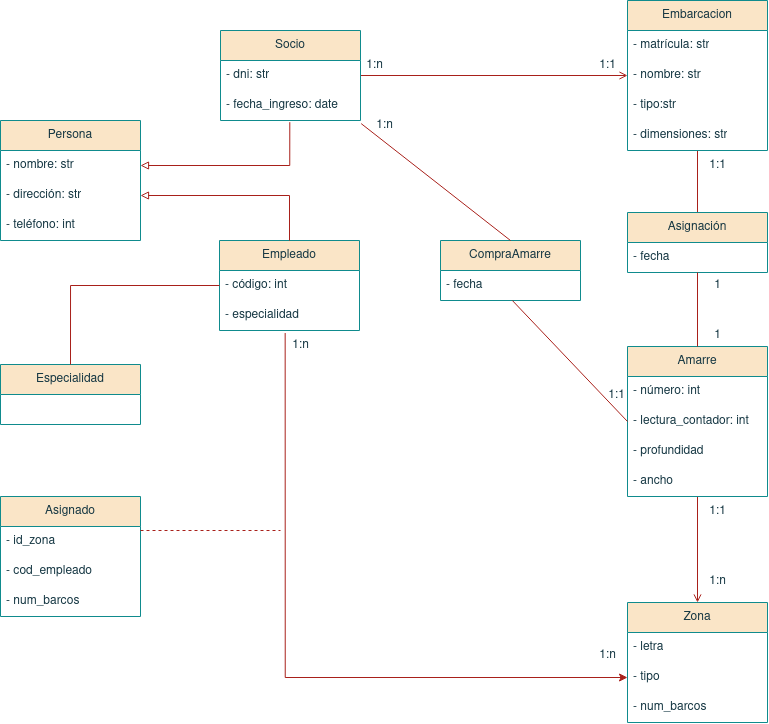
colidom/ets keeps this draw.io diagram as Tema 5. Diagramas de clase/ClubNautico.drawio.png. Above is the earlier version. Source tidied: cells renumbered, new cells last; positions are measured from the earlier drawing's top-left corner, leaving out a move shared by most shapes.
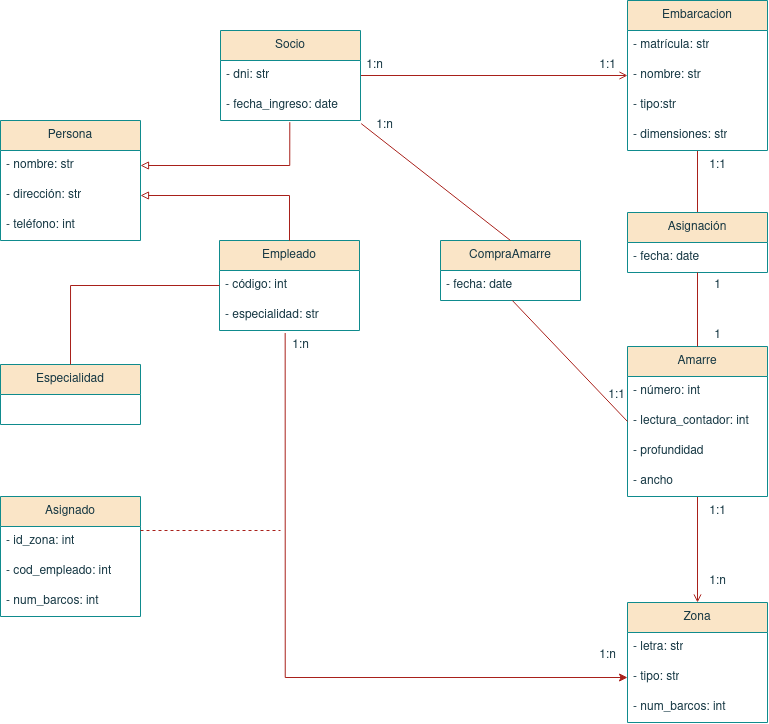
The same diagram one commit later.

Change to the diagram source:
```diff
@@ -32,7 +32,7 @@
     <mxCell id="11" value="- código: int" style="text;strokeColor=none;fillColor=none;align=left;verticalAlign=middle;spacingLeft=4;spacingRight=4;overflow=hidden;points=[[0,0.5],[1,0.5]];portConstraint=eastwest;whiteSpace=wrap;html=1;fontColor=#143642;" parent="10" vertex="1">
       <mxGeometry y="30" width="140" height="30" as="geometry" />
     </mxCell>
-    <mxCell id="12" value="- especialidad" style="text;strokeColor=none;fillColor=none;align=left;verticalAlign=middle;spacingLeft=4;spacingRight=4;overflow=hidden;points=[[0,0.5],[1,0.5]];portConstraint=eastwest;whiteSpace=wrap;html=1;fontColor=#143642;" parent="10" vertex="1">
+    <mxCell id="12" value="- especialidad: str" style="text;strokeColor=none;fillColor=none;align=left;verticalAlign=middle;spacingLeft=4;spacingRight=4;overflow=hidden;points=[[0,0.5],[1,0.5]];portConstraint=eastwest;whiteSpace=wrap;html=1;fontColor=#143642;" parent="10" vertex="1">
       <mxGeometry y="60" width="140" height="30" as="geometry" />
     </mxCell>
     <mxCell id="13" style="endArrow=block;html=1;rounded=0;strokeColor=#A8201A;fontColor=#143642;fillColor=#FAE5C7;entryX=1;entryY=0.5;entryDx=0;entryDy=0;exitX=0.5;exitY=0;exitDx=0;exitDy=0;edgeStyle=orthogonalEdgeStyle;endFill=0;" parent="1" edge="1" source="10" target="8">
@@ -84,13 +84,13 @@
     <mxCell id="27" value="Zona" style="swimlane;fontStyle=0;horizontal=1;startSize=30;whiteSpace=wrap;html=1;strokeColor=#0F8B8D;fontColor=#143642;fillColor=#FAE5C7;" parent="1" vertex="1">
       <mxGeometry x="627" y="602" width="140" height="120" as="geometry" />
     </mxCell>
-    <mxCell id="28" value="- letra" style="text;strokeColor=none;fillColor=none;align=left;verticalAlign=middle;spacingLeft=4;spacingRight=4;overflow=hidden;whiteSpace=wrap;html=1;fontColor=#143642;" parent="27" vertex="1">
+    <mxCell id="28" value="- letra: str" style="text;strokeColor=none;fillColor=none;align=left;verticalAlign=middle;spacingLeft=4;spacingRight=4;overflow=hidden;whiteSpace=wrap;html=1;fontColor=#143642;" parent="27" vertex="1">
       <mxGeometry y="30" width="140" height="30" as="geometry" />
     </mxCell>
-    <mxCell id="29" value="&lt;div&gt;- tipo&lt;/div&gt;" style="text;strokeColor=none;fillColor=none;align=left;verticalAlign=middle;spacingLeft=4;spacingRight=4;overflow=hidden;points=[[0,0.5],[1,0.5]];portConstraint=eastwest;whiteSpace=wrap;html=1;fontColor=#143642;" parent="27" vertex="1">
+    <mxCell id="29" value="&lt;div&gt;- tipo: str&lt;br&gt;&lt;/div&gt;" style="text;strokeColor=none;fillColor=none;align=left;verticalAlign=middle;spacingLeft=4;spacingRight=4;overflow=hidden;points=[[0,0.5],[1,0.5]];portConstraint=eastwest;whiteSpace=wrap;html=1;fontColor=#143642;" parent="27" vertex="1">
       <mxGeometry y="60" width="140" height="30" as="geometry" />
     </mxCell>
-    <mxCell id="30" value="&lt;div&gt;- num_barcos&lt;br&gt;&lt;/div&gt;" style="text;strokeColor=none;fillColor=none;align=left;verticalAlign=middle;spacingLeft=4;spacingRight=4;overflow=hidden;whiteSpace=wrap;html=1;fontColor=#143642;" parent="27" vertex="1">
+    <mxCell id="30" value="&lt;div&gt;- num_barcos: int&lt;/div&gt;" style="text;strokeColor=none;fillColor=none;align=left;verticalAlign=middle;spacingLeft=4;spacingRight=4;overflow=hidden;whiteSpace=wrap;html=1;fontColor=#143642;" parent="27" vertex="1">
       <mxGeometry y="90" width="140" height="30" as="geometry" />
     </mxCell>
     <mxCell id="31" value="1:1" style="text;html=1;align=center;verticalAlign=middle;strokeColor=none;fillColor=none;fontColor=#143642;" parent="1" vertex="1">
@@ -133,7 +133,7 @@
     <mxCell id="42" value="Asignación" style="swimlane;fontStyle=0;horizontal=1;startSize=30;whiteSpace=wrap;html=1;strokeColor=#0F8B8D;fontColor=#143642;fillColor=#FAE5C7;" parent="1" vertex="1">
       <mxGeometry x="627" y="212" width="140" height="60" as="geometry" />
     </mxCell>
-    <mxCell id="43" value="- fecha" style="text;strokeColor=none;fillColor=none;align=left;verticalAlign=middle;spacingLeft=4;spacingRight=4;overflow=hidden;whiteSpace=wrap;html=1;fontColor=#143642;" parent="42" vertex="1">
+    <mxCell id="43" value="- fecha: date" style="text;strokeColor=none;fillColor=none;align=left;verticalAlign=middle;spacingLeft=4;spacingRight=4;overflow=hidden;whiteSpace=wrap;html=1;fontColor=#143642;" parent="42" vertex="1">
       <mxGeometry y="30" width="140" height="30" as="geometry" />
     </mxCell>
     <mxCell id="44" style="edgeStyle=orthogonalEdgeStyle;rounded=0;jettySize=auto;html=1;strokeColor=#A8201A;fontColor=#143642;endArrow=none;endFill=0;fillColor=#FAE5C7;exitX=0.5;exitY=1;exitDx=0;exitDy=0;entryX=0.5;entryY=0;entryDx=0;entryDy=0;" parent="1" edge="1" source="42" target="22">
@@ -145,13 +145,13 @@
     <mxCell id="46" value="Asignado" style="swimlane;fontStyle=0;horizontal=1;startSize=30;whiteSpace=wrap;html=1;strokeColor=#0F8B8D;fontColor=#143642;fillColor=#FAE5C7;" parent="1" vertex="1">
       <mxGeometry y="496" width="140" height="120" as="geometry" />
     </mxCell>
-    <mxCell id="47" value="- id_zona" style="text;strokeColor=none;fillColor=none;align=left;verticalAlign=middle;spacingLeft=4;spacingRight=4;overflow=hidden;whiteSpace=wrap;html=1;fontColor=#143642;" parent="46" vertex="1">
+    <mxCell id="47" value="- id_zona: int" style="text;strokeColor=none;fillColor=none;align=left;verticalAlign=middle;spacingLeft=4;spacingRight=4;overflow=hidden;whiteSpace=wrap;html=1;fontColor=#143642;" parent="46" vertex="1">
       <mxGeometry y="30" width="140" height="30" as="geometry" />
     </mxCell>
-    <mxCell id="48" value="- cod_empleado" style="text;strokeColor=none;fillColor=none;align=left;verticalAlign=middle;spacingLeft=4;spacingRight=4;overflow=hidden;whiteSpace=wrap;html=1;fontColor=#143642;" parent="46" vertex="1">
+    <mxCell id="48" value="- cod_empleado: int" style="text;strokeColor=none;fillColor=none;align=left;verticalAlign=middle;spacingLeft=4;spacingRight=4;overflow=hidden;whiteSpace=wrap;html=1;fontColor=#143642;" parent="46" vertex="1">
       <mxGeometry y="60" width="140" height="30" as="geometry" />
     </mxCell>
-    <mxCell id="49" value="- num_barcos" style="text;strokeColor=none;fillColor=none;align=left;verticalAlign=middle;spacingLeft=4;spacingRight=4;overflow=hidden;whiteSpace=wrap;html=1;fontColor=#143642;" parent="46" vertex="1">
+    <mxCell id="49" value="- num_barcos: int" style="text;strokeColor=none;fillColor=none;align=left;verticalAlign=middle;spacingLeft=4;spacingRight=4;overflow=hidden;whiteSpace=wrap;html=1;fontColor=#143642;" parent="46" vertex="1">
       <mxGeometry y="90" width="140" height="30" as="geometry" />
     </mxCell>
     <mxCell id="50" style="endArrow=none;html=1;rounded=0;strokeColor=#A8201A;fontColor=#143642;fillColor=#FAE5C7;dashed=1;endFill=0;" parent="1" edge="1">
@@ -163,7 +163,7 @@
     <mxCell id="51" value="CompraAmarre" style="swimlane;fontStyle=0;horizontal=1;startSize=30;whiteSpace=wrap;html=1;strokeColor=#0F8B8D;fontColor=#143642;fillColor=#FAE5C7;" parent="1" vertex="1">
       <mxGeometry x="440" y="240" width="140" height="60" as="geometry" />
     </mxCell>
-    <mxCell id="52" value="- fecha" style="text;strokeColor=none;fillColor=none;align=left;verticalAlign=middle;spacingLeft=4;spacingRight=4;overflow=hidden;points=[[0,0.5],[1,0.5]];portConstraint=eastwest;whiteSpace=wrap;html=1;fontColor=#143642;" parent="51" vertex="1">
+    <mxCell id="52" value="- fecha: date" style="text;strokeColor=none;fillColor=none;align=left;verticalAlign=middle;spacingLeft=4;spacingRight=4;overflow=hidden;points=[[0,0.5],[1,0.5]];portConstraint=eastwest;whiteSpace=wrap;html=1;fontColor=#143642;" parent="51" vertex="1">
       <mxGeometry y="30" width="140" height="30" as="geometry" />
     </mxCell>
     <mxCell id="53" style="endArrow=none;html=1;rounded=0;strokeColor=#A8201A;fontColor=#143642;fillColor=#FAE5C7;entryX=0;entryY=0.5;entryDx=0;entryDy=0;exitX=0.513;exitY=0.999;exitDx=0;exitDy=0;exitPerimeter=0;endFill=0;" parent="1" edge="1" source="52" target="24">
```
